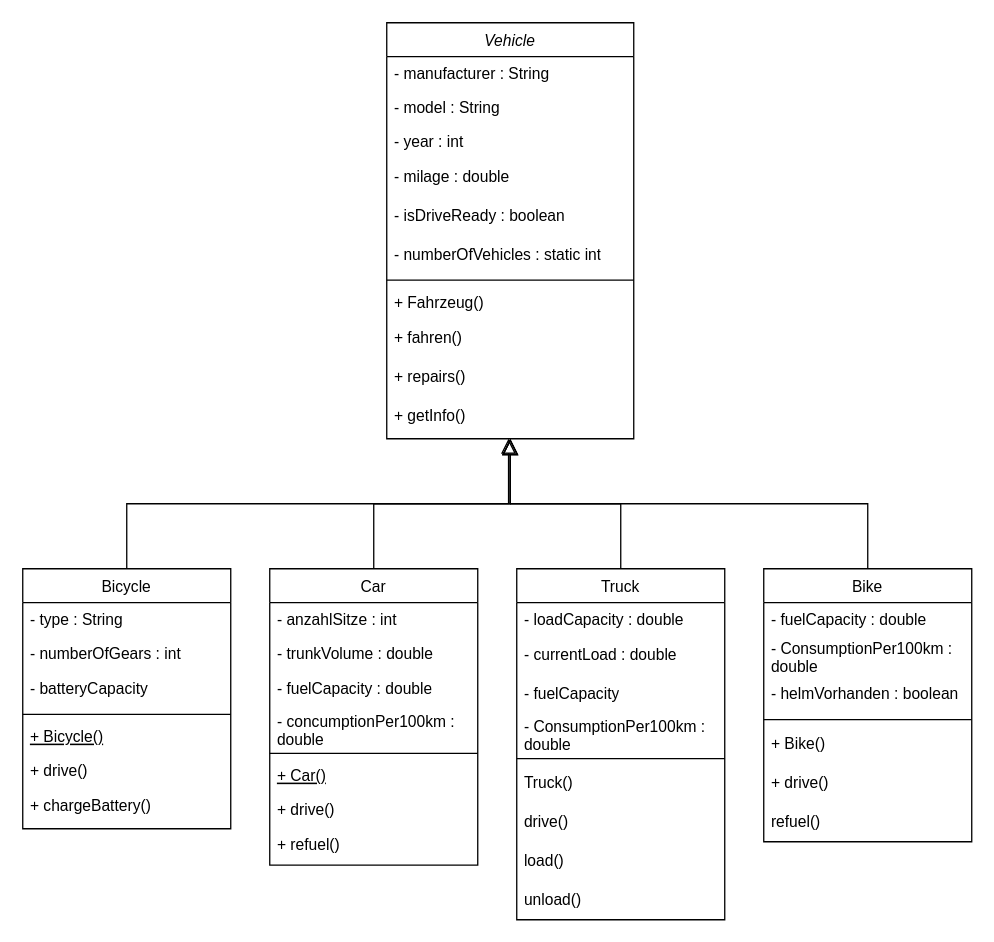
This is Java-Fundamentals/OOP/Fuhrpark/Klassendiagramm_Fuhrpark.drawio from TamasSztojka/Ausbildung, a draw.io file, before an edit. Source tidied: cells renumbered, new cells numbered last; positions are measured from the earlier drawing's top-left corner, leaving out a move shared by most shapes. Both pictures are drawn from the tidied source at 130%, with x=0, y=0 at pixel (22, 22).
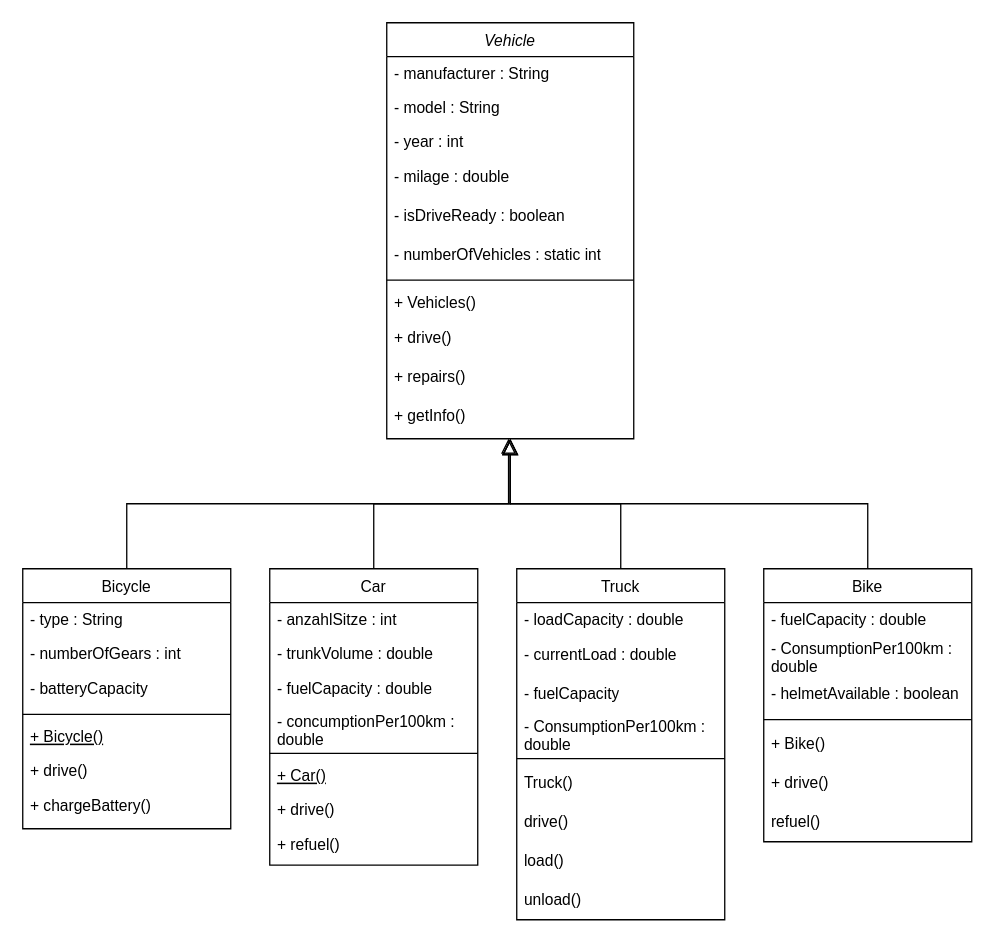
Above is the later version.

Unchanged cells that the change refers to:
```xml
<mxCell id="2" value="Vehicle" style="swimlane;fontStyle=2;align=center;verticalAlign=top;horizontal=1;startSize=26;rounded=0;shadow=0;strokeWidth=1;" parent="1" vertex="1">
  <mxGeometry x="280" width="190" height="320" as="geometry" />
</mxCell>
<mxCell id="36" value="Bike" style="swimlane;fontStyle=0;align=center;verticalAlign=top;horizontal=1;startSize=26;rounded=0;shadow=0;strokeWidth=1;" parent="1" vertex="1">
  <mxGeometry x="570" y="420" width="160" height="210" as="geometry" />
</mxCell>
```

What changed in the source:
```diff
@@
-    <mxCell id="10" value="+ Fahrzeug()" style="text;align=left;verticalAlign=top;spacingLeft=4;spacingRight=4;overflow=hidden;" parent="2" vertex="1">
+    <mxCell id="10" value="+ Vehicles()" style="text;align=left;verticalAlign=top;spacingLeft=4;spacingRight=4;overflow=hidden;" parent="2" vertex="1">
       <mxGeometry y="202" width="190" height="26" as="geometry" />
     </mxCell>
-    <mxCell id="11" value="+ fahren()" style="text;strokeColor=none;fillColor=none;align=left;verticalAlign=middle;spacingLeft=4;spacingRight=4;overflow=hidden;whiteSpace=wrap;html=1;" parent="2" vertex="1">
+    <mxCell id="11" value="+ drive()" style="text;strokeColor=none;fillColor=none;align=left;verticalAlign=middle;spacingLeft=4;spacingRight=4;overflow=hidden;whiteSpace=wrap;html=1;" parent="2" vertex="1">
       <mxGeometry y="228" width="190" height="30" as="geometry" />
     </mxCell>
@@
-    <mxCell id="39" value="- helmVorhanden : boolean" style="text;strokeColor=none;fillColor=none;align=left;verticalAlign=middle;spacingLeft=4;spacingRight=4;overflow=hidden;whiteSpace=wrap;html=1;" parent="36" vertex="1">
+    <mxCell id="39" value="- helmetAvailable : boolean" style="text;strokeColor=none;fillColor=none;align=left;verticalAlign=middle;spacingLeft=4;spacingRight=4;overflow=hidden;whiteSpace=wrap;html=1;" parent="36" vertex="1">
       <mxGeometry y="82" width="160" height="30" as="geometry" />
     </mxCell>
```
